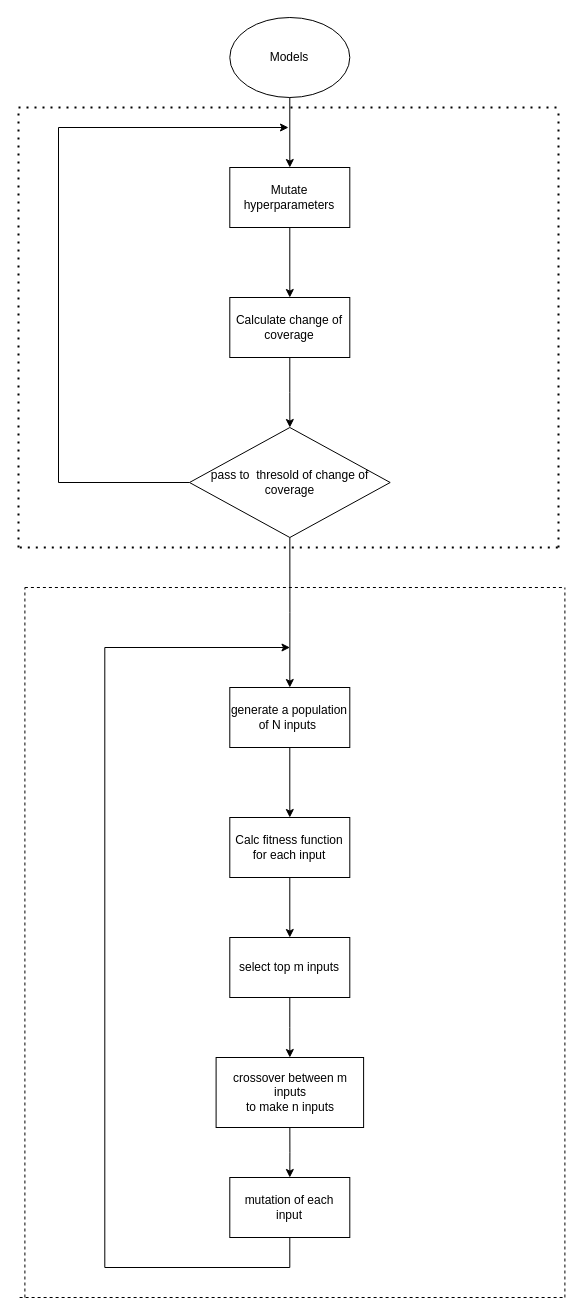
Above: system flow.drawio in kelvinlyy/DCDT (draw.io), before the change. Source tidied: cells renumbered, new cells numbered last; positions are measured from the earlier drawing's top-left corner, leaving out a move shared by most shapes. Both pictures are drawn from the tidied source at 100%, with x=0, y=0 at pixel (18, 17).
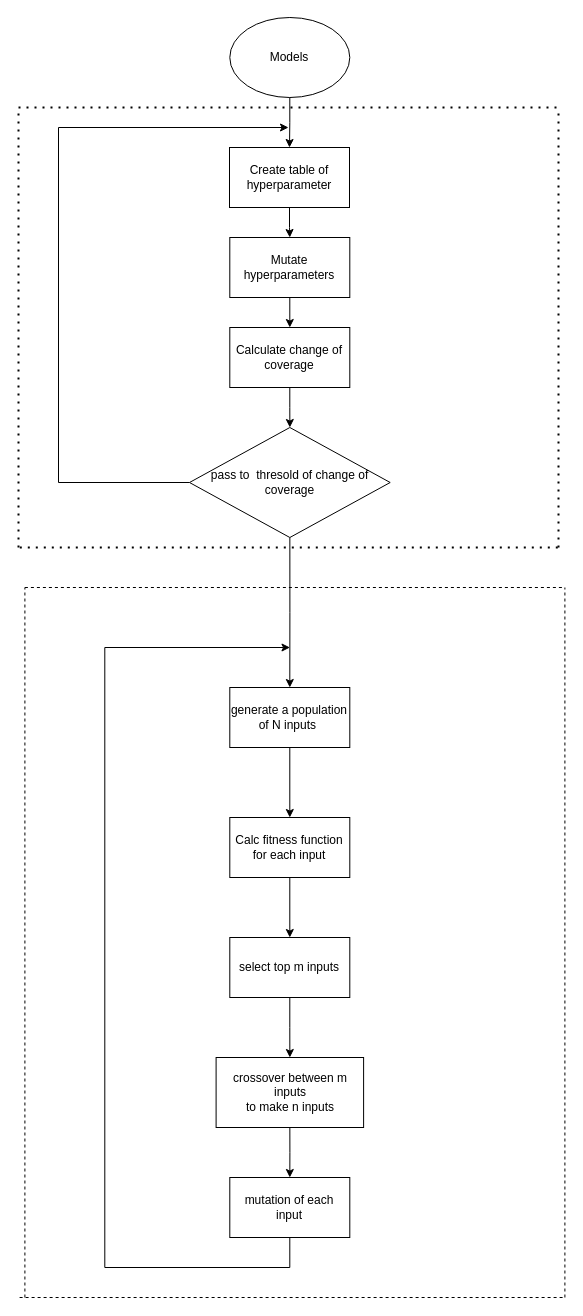
The same diagram, later.

Unchanged cells that the change refers to:
```xml
<mxCell id="3" value="Models" style="ellipse;whiteSpace=wrap;html=1;" parent="1" vertex="1">
  <mxGeometry x="211.3" width="120" height="80" as="geometry" />
</mxCell>
```

The edit, as a diff of the source:
```diff
@@
-    <mxCell id="2" style="edgeStyle=orthogonalEdgeStyle;rounded=0;jettySize=auto;html=1;exitX=0.5;exitY=1;exitDx=0;exitDy=0;entryX=0.5;entryY=0;entryDx=0;entryDy=0;" parent="1" edge="1" source="3" target="19">
-      <mxGeometry relative="1" as="geometry" />
-    </mxCell>
+    <mxCell id="29" style="edgeStyle=orthogonalEdgeStyle;rounded=0;jettySize=auto;html=1;entryX=0.5;entryY=0;entryDx=0;entryDy=0;" parent="1" edge="1" source="3" target="31">
+      <mxGeometry relative="1" as="geometry" />
+    </mxCell>
@@
     <mxCell id="19" value="Mutate hyperparameters" style="rounded=0;whiteSpace=wrap;html=1;" parent="1" vertex="1">
-      <mxGeometry x="211.3" y="150" width="120" height="60" as="geometry" />
+      <mxGeometry x="211.3" y="220" width="120" height="60" as="geometry" />
     </mxCell>
@@
     <mxCell id="21" value="Calculate change of coverage" style="rounded=0;whiteSpace=wrap;html=1;" parent="1" vertex="1">
-      <mxGeometry x="211.3" y="280" width="120" height="60" as="geometry" />
+      <mxGeometry x="211.3" y="310" width="120" height="60" as="geometry" />
     </mxCell>
@@
+    <mxCell id="30" style="edgeStyle=orthogonalEdgeStyle;rounded=0;jettySize=auto;html=1;" parent="1" edge="1" source="31" target="19">
+      <mxGeometry relative="1" as="geometry" />
+    </mxCell>
+    <mxCell id="31" value="Create table of hyperparameter" style="rounded=0;whiteSpace=wrap;html=1;" parent="1" vertex="1">
+      <mxGeometry x="211" y="130" width="120" height="60" as="geometry" />
+    </mxCell>
```
